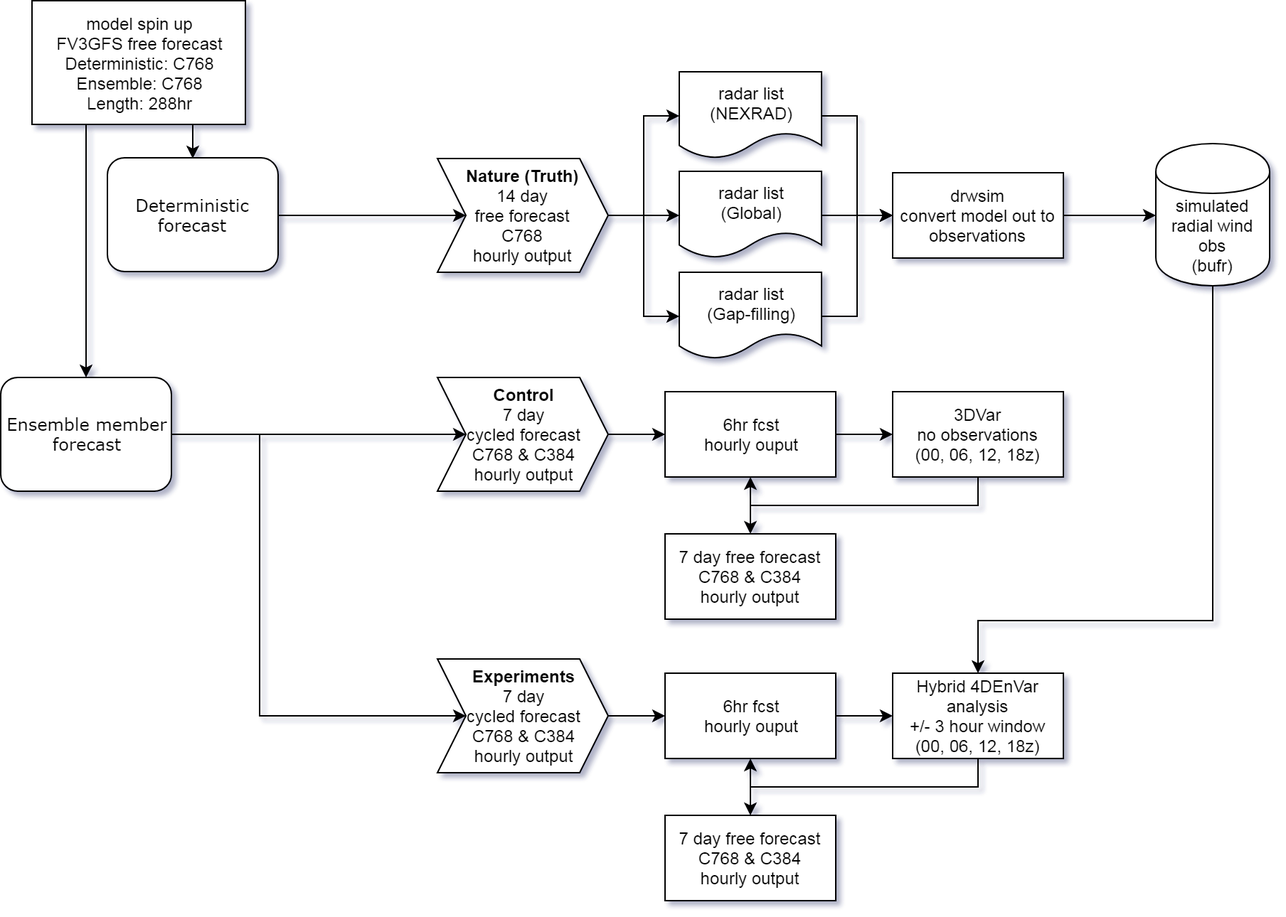
The draw.io diagram FV3GFS_Experiment_Flowchart-Page-1.png in delippi/PhD-globalRadarOSSE, before a commit. Source tidied: cells renumbered, new cells last; positions are measured from the earlier drawing's top-left corner, leaving out a move shared by most shapes. The source it was exported from:
```xml
<mxGraphModel background="#ffffff" shadow="1">
  <root>
    <mxCell id="0" />
    <mxCell id="1" parent="0" />
    <mxCell id="2" style="edgeStyle=orthogonalEdgeStyle;rounded=0;jettySize=auto;html=1;exitX=0.25;exitY=1;exitDx=0;exitDy=0;entryX=0.5;entryY=0;entryDx=0;entryDy=0;" parent="1" edge="1" source="4" target="7">
      <mxGeometry relative="1" as="geometry" />
    </mxCell>
    <mxCell id="3" style="edgeStyle=orthogonalEdgeStyle;rounded=0;jettySize=auto;html=1;exitX=0.75;exitY=1;exitDx=0;exitDy=0;entryX=0.5;entryY=0;entryDx=0;entryDy=0;" parent="1" edge="1" source="4" target="27">
      <mxGeometry relative="1" as="geometry" />
    </mxCell>
    <mxCell id="4" value="&lt;span&gt;model spin up&lt;br&gt;FV3GFS free forecast&lt;br&gt;&lt;/span&gt;Deterministic: C768&lt;br&gt;Ensemble: C768&lt;br&gt;Length: 288hr&lt;br&gt;" style="rounded=0;whiteSpace=wrap;html=1;comic=0;" parent="1" vertex="1">
      <mxGeometry x="22" width="150" height="87" as="geometry" />
    </mxCell>
    <mxCell id="5" style="edgeStyle=orthogonalEdgeStyle;rounded=0;jettySize=auto;html=1;exitX=1;exitY=0.5;exitDx=0;exitDy=0;entryX=0;entryY=0.5;entryDx=0;entryDy=0;" parent="1" edge="1" source="7" target="25">
      <mxGeometry relative="1" as="geometry" />
    </mxCell>
    <mxCell id="6" style="edgeStyle=orthogonalEdgeStyle;rounded=0;jettySize=auto;html=1;exitX=1;exitY=0.5;exitDx=0;exitDy=0;entryX=0;entryY=0.5;entryDx=0;entryDy=0;" parent="1" edge="1" source="7" target="15">
      <mxGeometry relative="1" as="geometry">
        <Array as="points">
          <mxPoint x="182" y="305" />
          <mxPoint x="182" y="503" />
        </Array>
      </mxGeometry>
    </mxCell>
    <mxCell id="7" value="Ensemble member&lt;br&gt;forecast&lt;br&gt;" style="rounded=1;whiteSpace=wrap;html=1;shadow=0;labelBackgroundColor=none;strokeColor=#000000;strokeWidth=1;fillColor=#ffffff;fontFamily=Verdana;fontSize=12;fontColor=#000000;align=center;" parent="1" vertex="1">
      <mxGeometry y="265" width="120" height="80" as="geometry" />
    </mxCell>
    <mxCell id="8" style="edgeStyle=orthogonalEdgeStyle;rounded=0;jettySize=auto;html=1;exitX=0.5;exitY=1;exitDx=0;exitDy=0;entryX=0.5;entryY=0;entryDx=0;entryDy=0;" parent="1" edge="1" source="9" target="23">
      <mxGeometry relative="1" as="geometry">
        <Array as="points">
          <mxPoint x="852" y="436" />
          <mxPoint x="687" y="436" />
        </Array>
      </mxGeometry>
    </mxCell>
    <mxCell id="9" value="simulated&lt;br&gt;radial wind obs&lt;br&gt;(bufr)&lt;br&gt;" style="shape=cylinder;whiteSpace=wrap;html=1;boundedLbl=1;backgroundOutline=1;rounded=0;comic=0;" parent="1" vertex="1">
      <mxGeometry x="812" y="100.5" width="80" height="100" as="geometry" />
    </mxCell>
    <mxCell id="10" style="edgeStyle=orthogonalEdgeStyle;rounded=0;jettySize=auto;html=1;exitX=1;exitY=0.5;exitDx=0;exitDy=0;entryX=0;entryY=0.5;entryDx=0;entryDy=0;" parent="1" edge="1" source="13" target="37">
      <mxGeometry relative="1" as="geometry" />
    </mxCell>
    <mxCell id="11" style="edgeStyle=orthogonalEdgeStyle;rounded=0;jettySize=auto;html=1;exitX=1;exitY=0.5;exitDx=0;exitDy=0;entryX=0;entryY=0.5;entryDx=0;entryDy=0;" parent="1" edge="1" source="13" target="39">
      <mxGeometry relative="1" as="geometry" />
    </mxCell>
    <mxCell id="12" style="edgeStyle=orthogonalEdgeStyle;rounded=0;jettySize=auto;html=1;exitX=1;exitY=0.5;exitDx=0;exitDy=0;entryX=0;entryY=0.5;entryDx=0;entryDy=0;" parent="1" edge="1" source="13" target="35">
      <mxGeometry relative="1" as="geometry" />
    </mxCell>
    <mxCell id="13" value="&lt;b&gt;Nature (Truth)&lt;/b&gt;&lt;br&gt;14 day&lt;br&gt;free forecast&lt;br&gt;C768&lt;br&gt;hourly output&lt;br&gt;" style="shape=step;perimeter=stepPerimeter;whiteSpace=wrap;html=1;fixedSize=1;rounded=0;comic=0;" parent="1" vertex="1">
      <mxGeometry x="307" y="111" width="120" height="80" as="geometry" />
    </mxCell>
    <mxCell id="14" style="edgeStyle=orthogonalEdgeStyle;rounded=0;jettySize=auto;html=1;exitX=1;exitY=0.5;exitDx=0;exitDy=0;entryX=0;entryY=0.5;entryDx=0;entryDy=0;" parent="1" edge="1" source="15" target="20">
      <mxGeometry relative="1" as="geometry" />
    </mxCell>
    <mxCell id="15" value="&lt;b&gt;Experiments&lt;/b&gt;&lt;br&gt;7 day&lt;br&gt;cycled forecast&lt;br&gt;C768 &amp;amp; C384&lt;br&gt;hourly output&lt;br&gt;" style="shape=step;perimeter=stepPerimeter;whiteSpace=wrap;html=1;fixedSize=1;rounded=0;comic=0;direction=east;" parent="1" vertex="1">
      <mxGeometry x="307" y="463" width="120" height="80" as="geometry" />
    </mxCell>
    <mxCell id="16" style="edgeStyle=orthogonalEdgeStyle;rounded=0;jettySize=auto;html=1;exitX=1;exitY=0.5;exitDx=0;exitDy=0;entryX=0;entryY=0.5;entryDx=0;entryDy=0;" parent="1" edge="1" source="17" target="9">
      <mxGeometry relative="1" as="geometry" />
    </mxCell>
    <mxCell id="17" value="drwsim&lt;br&gt;convert model out to observations&lt;br&gt;" style="rounded=0;whiteSpace=wrap;html=1;comic=0;" parent="1" vertex="1">
      <mxGeometry x="627" y="121" width="120" height="60" as="geometry" />
    </mxCell>
    <mxCell id="18" value="7 day free forecast&lt;br&gt;C768 &amp;amp; C384&lt;br&gt;hourly output&lt;br&gt;" style="rounded=0;whiteSpace=wrap;html=1;comic=0;" parent="1" vertex="1">
      <mxGeometry x="467" y="573" width="120" height="60" as="geometry" />
    </mxCell>
    <mxCell id="19" style="edgeStyle=orthogonalEdgeStyle;rounded=0;jettySize=auto;html=1;exitX=1;exitY=0.5;exitDx=0;exitDy=0;entryX=0;entryY=0.5;entryDx=0;entryDy=0;" parent="1" edge="1" source="20" target="23">
      <mxGeometry relative="1" as="geometry" />
    </mxCell>
    <mxCell id="20" value="6hr fcst&lt;br&gt;hourly ouput&lt;br&gt;" style="rounded=0;whiteSpace=wrap;html=1;comic=0;" parent="1" vertex="1">
      <mxGeometry x="467" y="473" width="120" height="60" as="geometry" />
    </mxCell>
    <mxCell id="21" style="edgeStyle=orthogonalEdgeStyle;rounded=0;jettySize=auto;html=1;exitX=0.5;exitY=1;exitDx=0;exitDy=0;entryX=0.5;entryY=1;entryDx=0;entryDy=0;" parent="1" edge="1" source="23" target="20">
      <mxGeometry relative="1" as="geometry" />
    </mxCell>
    <mxCell id="22" style="edgeStyle=orthogonalEdgeStyle;rounded=0;jettySize=auto;html=1;exitX=0.5;exitY=1;exitDx=0;exitDy=0;entryX=0.5;entryY=0;entryDx=0;entryDy=0;" parent="1" edge="1" source="23" target="18">
      <mxGeometry relative="1" as="geometry" />
    </mxCell>
    <mxCell id="23" value="Hybrid 4DEnVar analysis&lt;br&gt;+/- 3 hour window&lt;br&gt;(00, 06, 12, 18z)&lt;br&gt;" style="rounded=0;whiteSpace=wrap;html=1;comic=0;" parent="1" vertex="1">
      <mxGeometry x="627" y="473" width="120" height="60" as="geometry" />
    </mxCell>
    <mxCell id="24" style="edgeStyle=orthogonalEdgeStyle;rounded=0;jettySize=auto;html=1;exitX=1;exitY=0.5;exitDx=0;exitDy=0;entryX=0;entryY=0.5;entryDx=0;entryDy=0;" parent="1" edge="1" source="25" target="30">
      <mxGeometry relative="1" as="geometry" />
    </mxCell>
    <mxCell id="25" value="&lt;b&gt;Control&lt;/b&gt;&lt;br&gt;7 day&lt;br&gt;cycled forecast&lt;br&gt;C768 &amp;amp; C384&lt;br&gt;hourly output&lt;br&gt;" style="shape=step;perimeter=stepPerimeter;whiteSpace=wrap;html=1;fixedSize=1;rounded=0;comic=0;direction=east;" parent="1" vertex="1">
      <mxGeometry x="307" y="265" width="120" height="80" as="geometry" />
    </mxCell>
    <mxCell id="26" style="edgeStyle=orthogonalEdgeStyle;rounded=0;jettySize=auto;html=1;exitX=1;exitY=0.5;exitDx=0;exitDy=0;entryX=0;entryY=0.5;entryDx=0;entryDy=0;" parent="1" edge="1" source="27" target="13">
      <mxGeometry relative="1" as="geometry" />
    </mxCell>
    <mxCell id="27" value="Deterministic forecast" style="rounded=1;whiteSpace=wrap;html=1;shadow=0;labelBackgroundColor=none;strokeColor=#000000;strokeWidth=1;fillColor=#ffffff;fontFamily=Verdana;fontSize=12;fontColor=#000000;align=center;" parent="1" vertex="1">
      <mxGeometry x="75" y="110.5" width="120" height="80" as="geometry" />
    </mxCell>
    <mxCell id="28" value="7 day free forecast&lt;br&gt;C768 &amp;amp; C384&lt;br&gt;hourly output&lt;br&gt;" style="rounded=0;whiteSpace=wrap;html=1;comic=0;" parent="1" vertex="1">
      <mxGeometry x="467" y="375" width="120" height="60" as="geometry" />
    </mxCell>
    <mxCell id="29" style="edgeStyle=orthogonalEdgeStyle;rounded=0;jettySize=auto;html=1;exitX=1;exitY=0.5;exitDx=0;exitDy=0;entryX=0;entryY=0.5;entryDx=0;entryDy=0;" parent="1" edge="1" source="30" target="33">
      <mxGeometry relative="1" as="geometry" />
    </mxCell>
    <mxCell id="30" value="6hr fcst&lt;br&gt;hourly ouput&lt;br&gt;" style="rounded=0;whiteSpace=wrap;html=1;comic=0;" parent="1" vertex="1">
      <mxGeometry x="467" y="275" width="120" height="60" as="geometry" />
    </mxCell>
    <mxCell id="31" style="edgeStyle=orthogonalEdgeStyle;rounded=0;jettySize=auto;html=1;exitX=0.5;exitY=1;exitDx=0;exitDy=0;entryX=0.5;entryY=1;entryDx=0;entryDy=0;" parent="1" edge="1" source="33" target="30">
      <mxGeometry relative="1" as="geometry" />
    </mxCell>
    <mxCell id="32" style="edgeStyle=orthogonalEdgeStyle;rounded=0;jettySize=auto;html=1;exitX=0.5;exitY=1;exitDx=0;exitDy=0;entryX=0.5;entryY=0;entryDx=0;entryDy=0;" parent="1" edge="1" source="33" target="28">
      <mxGeometry relative="1" as="geometry" />
    </mxCell>
    <mxCell id="33" value="3DVar&lt;br&gt;no observations&lt;br&gt;(00, 06, 12, 18z)&lt;br&gt;" style="rounded=0;whiteSpace=wrap;html=1;comic=0;" parent="1" vertex="1">
      <mxGeometry x="627" y="275" width="120" height="60" as="geometry" />
    </mxCell>
    <mxCell id="34" style="edgeStyle=orthogonalEdgeStyle;rounded=0;jettySize=auto;html=1;exitX=1;exitY=0.5;exitDx=0;exitDy=0;entryX=0;entryY=0.5;entryDx=0;entryDy=0;" parent="1" edge="1" source="35" target="17">
      <mxGeometry relative="1" as="geometry" />
    </mxCell>
    <mxCell id="35" value="radar list&lt;br&gt;(Gap-filling)&lt;br&gt;" style="shape=document;whiteSpace=wrap;html=1;boundedLbl=1;rounded=0;comic=0;" parent="1" vertex="1">
      <mxGeometry x="477" y="191" width="100" height="61" as="geometry" />
    </mxCell>
    <mxCell id="36" style="edgeStyle=orthogonalEdgeStyle;rounded=0;jettySize=auto;html=1;exitX=1;exitY=0.5;exitDx=0;exitDy=0;entryX=0;entryY=0.5;entryDx=0;entryDy=0;" parent="1" edge="1" source="37" target="17">
      <mxGeometry relative="1" as="geometry" />
    </mxCell>
    <mxCell id="37" value="radar list&lt;br&gt;(Global)&lt;br&gt;" style="shape=document;whiteSpace=wrap;html=1;boundedLbl=1;rounded=0;comic=0;" parent="1" vertex="1">
      <mxGeometry x="477" y="120" width="100" height="61" as="geometry" />
    </mxCell>
    <mxCell id="38" style="edgeStyle=orthogonalEdgeStyle;rounded=0;jettySize=auto;html=1;exitX=1;exitY=0.5;exitDx=0;exitDy=0;entryX=0;entryY=0.5;entryDx=0;entryDy=0;" parent="1" edge="1" source="39" target="17">
      <mxGeometry relative="1" as="geometry" />
    </mxCell>
    <mxCell id="39" value="radar list&lt;br&gt;(NEXRAD)&lt;br&gt;" style="shape=document;whiteSpace=wrap;html=1;boundedLbl=1;rounded=0;comic=0;" parent="1" vertex="1">
      <mxGeometry x="477" y="50" width="100" height="61" as="geometry" />
    </mxCell>
  </root>
</mxGraphModel>
```
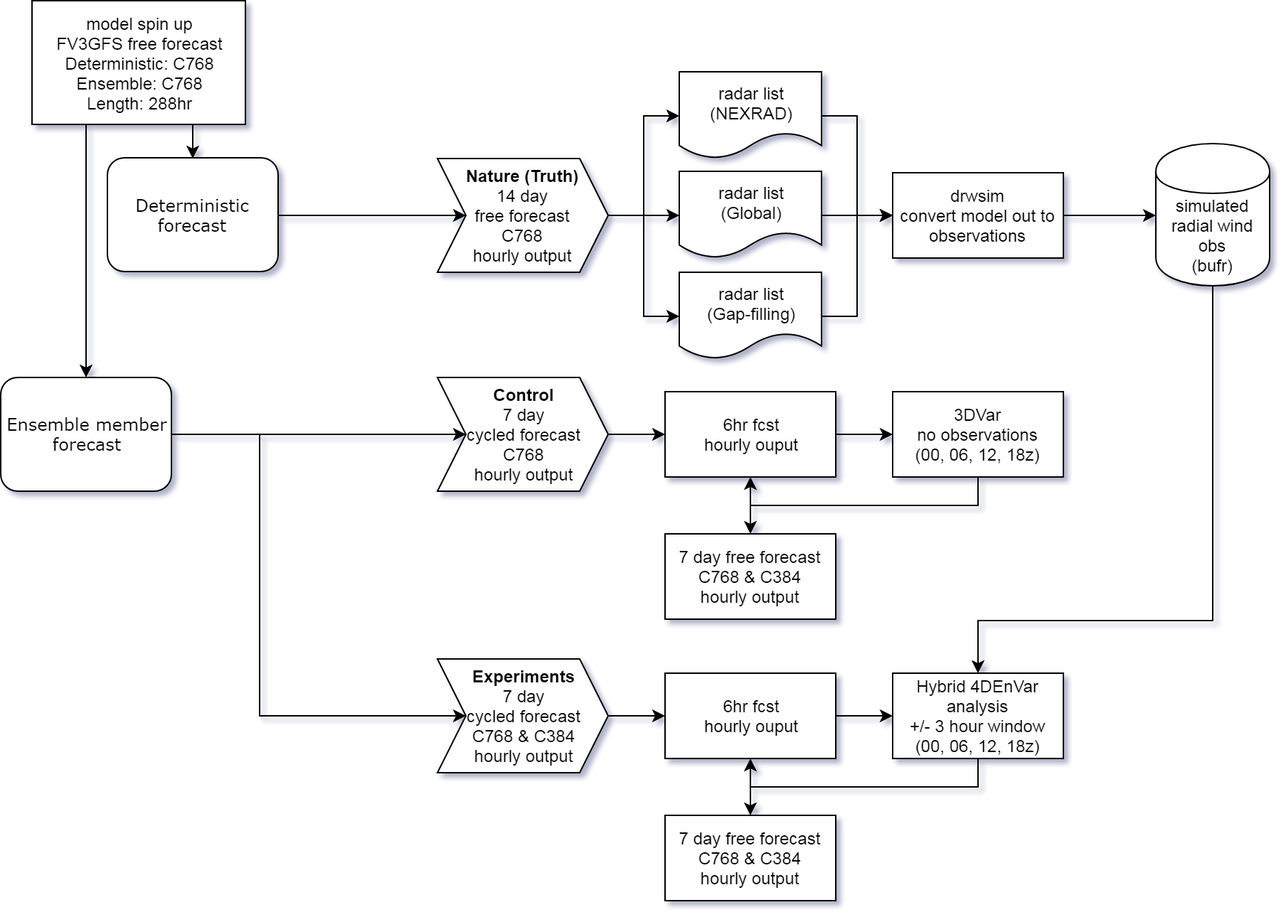
The same file after the commit.

Change to the diagram source:
```diff
@@ -81,7 +81,7 @@
     <mxCell id="24" style="edgeStyle=orthogonalEdgeStyle;rounded=0;jettySize=auto;html=1;exitX=1;exitY=0.5;exitDx=0;exitDy=0;entryX=0;entryY=0.5;entryDx=0;entryDy=0;" parent="1" edge="1" source="25" target="30">
       <mxGeometry relative="1" as="geometry" />
     </mxCell>
-    <mxCell id="25" value="&lt;b&gt;Control&lt;/b&gt;&lt;br&gt;7 day&lt;br&gt;cycled forecast&lt;br&gt;C768 &amp;amp; C384&lt;br&gt;hourly output&lt;br&gt;" style="shape=step;perimeter=stepPerimeter;whiteSpace=wrap;html=1;fixedSize=1;rounded=0;comic=0;direction=east;" parent="1" vertex="1">
+    <mxCell id="25" value="&lt;b&gt;Control&lt;/b&gt;&lt;br&gt;7 day&lt;br&gt;cycled forecast&lt;br&gt;C768&lt;br&gt;hourly output&lt;br&gt;" style="shape=step;perimeter=stepPerimeter;whiteSpace=wrap;html=1;fixedSize=1;rounded=0;comic=0;direction=east;" parent="1" vertex="1">
       <mxGeometry x="307" y="265" width="120" height="80" as="geometry" />
     </mxCell>
     <mxCell id="26" style="edgeStyle=orthogonalEdgeStyle;rounded=0;jettySize=auto;html=1;exitX=1;exitY=0.5;exitDx=0;exitDy=0;entryX=0;entryY=0.5;entryDx=0;entryDy=0;" parent="1" edge="1" source="27" target="13">
```
